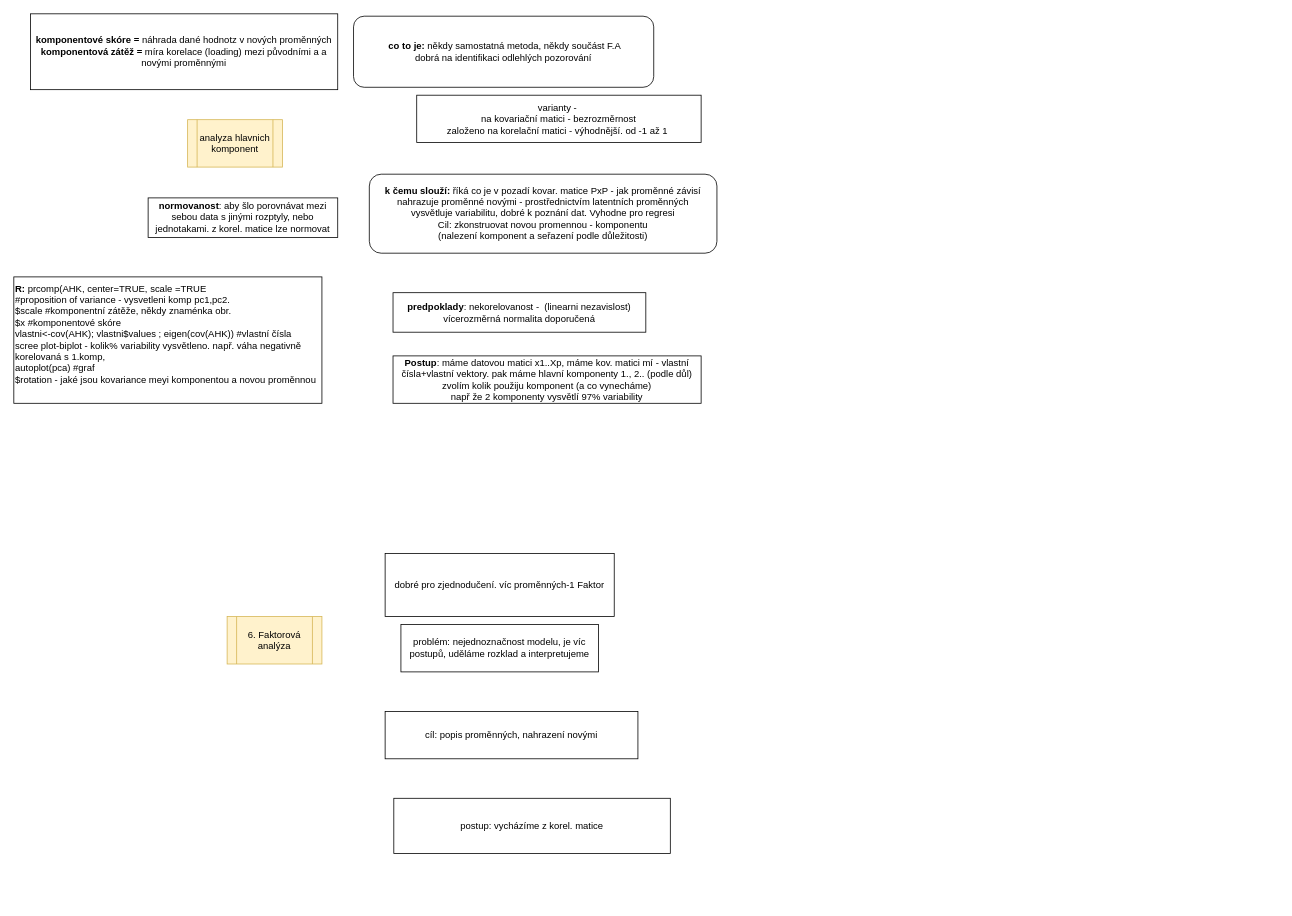
Earlier version of the draw.io diagram UCL Statistika test 2.drawio (pama78/ucl). Source tidied: cells renumbered, new cells numbered last; positions are measured from the earlier drawing's top-left corner, leaving out a move shared by most shapes. Both pictures are drawn from the tidied source at 79%, with x=0, y=0 at pixel (13, 13).
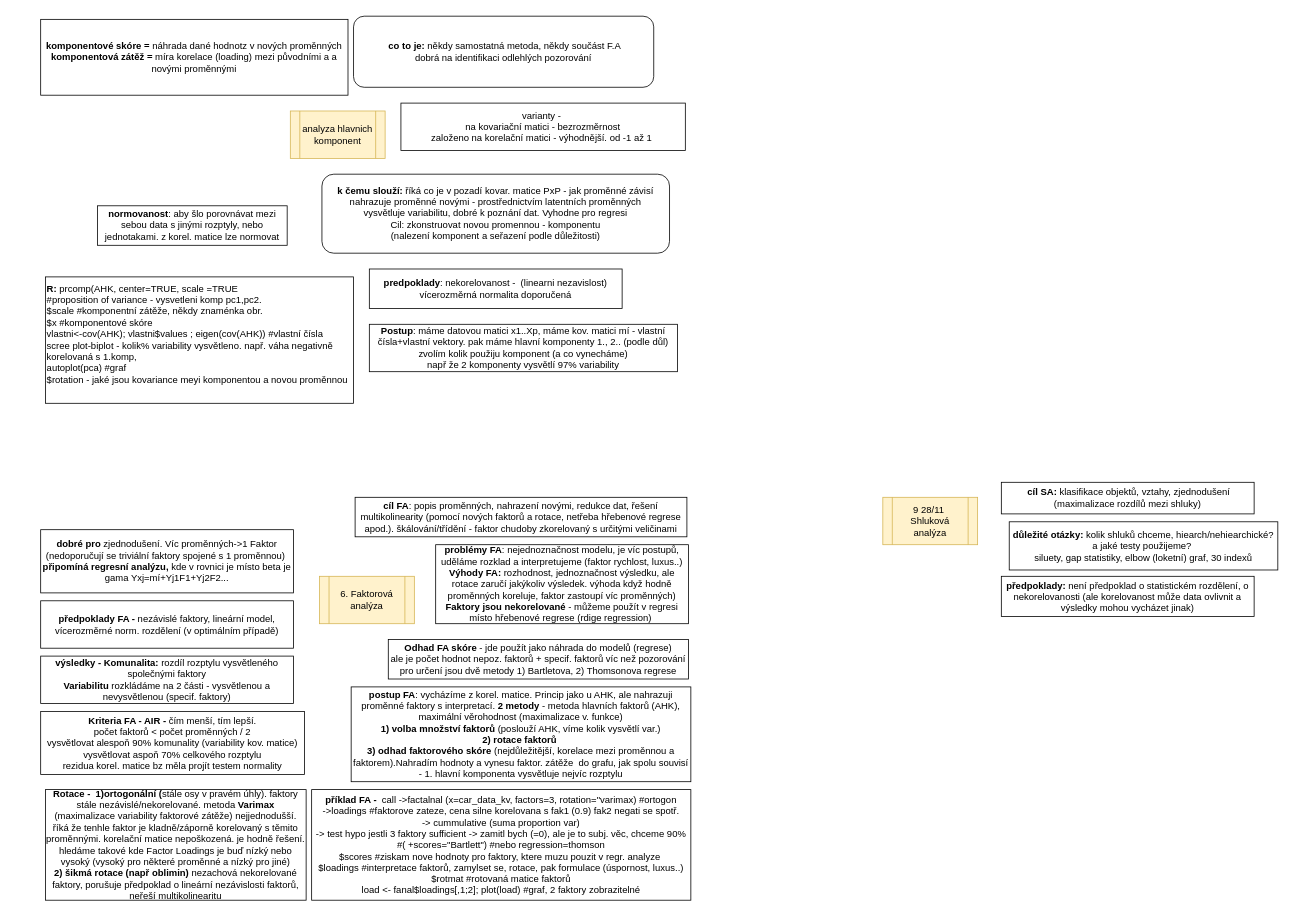
Above is the later version.

What changed in the source:
```diff
@@
     <mxCell id="2" value="varianty -&amp;nbsp;&lt;br&gt;na kovariační matici - bezrozměrnost&lt;br&gt;založeno na korelační matici - výhodnější. od -1 až 1&amp;nbsp;" style="rounded=0;whiteSpace=wrap;html=1;" parent="1" vertex="1">
-      <mxGeometry x="510" y="103" width="360" height="60" as="geometry" />
+      <mxGeometry x="490" y="113" width="360" height="60" as="geometry" />
     </mxCell>
     <mxCell id="3" value="analyza hlavnich komponent" style="shape=process;whiteSpace=wrap;html=1;backgroundOutline=1;fillColor=#fff2cc;strokeColor=#d6b656;" parent="1" vertex="1">
-      <mxGeometry x="220" y="134" width="120" height="60" as="geometry" />
+      <mxGeometry x="350" y="123" width="120" height="60" as="geometry" />
     </mxCell>
@@
     <mxCell id="5" value="&lt;b&gt;k čemu slouží:&lt;/b&gt; říká co je v pozadí kovar. matice PxP - jak proměnné závisí&lt;br&gt;nahrazuje proměnné novými - prostřednictvím latentních proměnných&lt;br&gt;vysvětluje variabilitu, dobré k poznání dat. Vyhodne pro regresi&lt;br&gt;Cil: zkonstruovat novou promennou - komponentu&lt;br&gt;(nalezení komponent a seřazení podle důležitosti)" style="rounded=1;whiteSpace=wrap;html=1;" parent="1" vertex="1">
-      <mxGeometry x="450" y="203" width="440" height="100" as="geometry" />
+      <mxGeometry x="390" y="203" width="440" height="100" as="geometry" />
     </mxCell>
     <mxCell id="6" value="&lt;b&gt;predpoklady&lt;/b&gt;: nekorelovanost -&amp;nbsp; (linearni nezavislost)&lt;br&gt;vícerozměrná normalita doporučená" style="rounded=0;whiteSpace=wrap;html=1;" parent="1" vertex="1">
-      <mxGeometry x="480" y="353" width="320" height="50" as="geometry" />
+      <mxGeometry x="450" y="323" width="320" height="50" as="geometry" />
     </mxCell>
     <mxCell id="7" value="&lt;b&gt;Postup&lt;/b&gt;: máme datovou matici x1..Xp, máme kov. matici mí - vlastní čísla+vlastní vektory. pak máme hlavní komponenty 1., 2.. (podle důl)&lt;br&gt;zvolím kolik použiju komponent (a co vynecháme)&lt;br&gt;např že 2 komponenty vysvětlí 97% variability" style="rounded=0;whiteSpace=wrap;html=1;" parent="1" vertex="1">
-      <mxGeometry x="480" y="433" width="390" height="60" as="geometry" />
+      <mxGeometry x="450" y="393" width="390" height="60" as="geometry" />
     </mxCell>
     <mxCell id="8" value="&lt;b&gt;komponentové skóre =&lt;/b&gt; náhrada dané hodnotz v nových proměnných&lt;br&gt;&lt;b&gt;komponentová zátěž =&lt;/b&gt; míra korelace (loading) mezi původními a a novými proměnnými" style="rounded=0;whiteSpace=wrap;html=1;" parent="1" vertex="1">
-      <mxGeometry x="21" width="389" height="96" as="geometry" />
+      <mxGeometry x="34" y="7" width="389" height="96" as="geometry" />
     </mxCell>
     <mxCell id="9" value="&lt;b&gt;normovanost&lt;/b&gt;: aby šlo porovnávat mezi sebou data s jinými rozptyly, nebo jednotakami. z korel. matice lze normovat" style="rounded=0;whiteSpace=wrap;html=1;" parent="1" vertex="1">
-      <mxGeometry x="170" y="233" width="240" height="50" as="geometry" />
+      <mxGeometry x="106" y="243" width="240" height="50" as="geometry" />
     </mxCell>
     <mxCell id="10" value="&lt;b&gt;R: &lt;/b&gt;prcomp(AHK, center=TRUE, scale =TRUE&lt;br&gt;#proposition of variance - vysvetleni komp pc1,pc2.&lt;br&gt;$scale #komponentní zátěže, někdy znaménka obr.&lt;br&gt;$x #komponentové skóre&lt;br&gt;vlastni&amp;lt;-cov(AHK); vlastni$values ; eigen(cov(AHK)) #vlastní čísla&lt;br&gt;&lt;div&gt;&lt;span&gt;scree plot-biplot - kolik% variability vysvětleno. např. váha negativně korelovaná s 1.komp,&amp;nbsp;&lt;/span&gt;&lt;/div&gt;&lt;div&gt;&lt;span&gt;autoplot(pca) #graf&lt;/span&gt;&lt;/div&gt;&lt;div&gt;$rotation - jaké jsou kovariance meyi komponentou a novou proměnnou&lt;/div&gt;&lt;div&gt;&lt;br&gt;&lt;/div&gt;" style="rounded=0;whiteSpace=wrap;html=1;align=left;" parent="1" vertex="1">
-      <mxGeometry y="333" width="390" height="160" as="geometry" />
+      <mxGeometry x="40" y="333" width="390" height="160" as="geometry" />
     </mxCell>
     <mxCell id="11" value="6. Faktorová analýza" style="shape=process;whiteSpace=wrap;html=1;backgroundOutline=1;fillColor=#fff2cc;strokeColor=#d6b656;" parent="1" vertex="1">
-      <mxGeometry x="270" y="763" width="120" height="60" as="geometry" />
+      <mxGeometry x="387" y="712" width="120" height="60" as="geometry" />
     </mxCell>
-    <mxCell id="12" value="problém: nejednoznačnost modelu, je víc postupů, uděláme rozklad a interpretujeme&lt;br&gt;" style="rounded=0;whiteSpace=wrap;html=1;" parent="1" vertex="1">
-      <mxGeometry x="490" y="773" width="250" height="60" as="geometry" />
+    <mxCell id="12" value="&lt;b&gt;problémy FA&lt;/b&gt;: nejednoznačnost modelu, je víc postupů, uděláme rozklad a interpretujeme (faktor rychlost, luxus..)&lt;br&gt;&lt;b&gt;Výhody FA:&lt;/b&gt; rozhodnost, jednoznačnost výsledku, ale rotace zaručí jakýkoliv výsledek. výhoda když hodně proměnných koreluje, faktor zastoupí víc proměnných)&lt;br&gt;&lt;b&gt;Faktory jsou nekorelované&lt;/b&gt;&amp;nbsp;- můžeme použít v regresi místo hřebenové regrese (rdige regression)&amp;nbsp;" style="rounded=0;whiteSpace=wrap;html=1;" parent="1" vertex="1">
+      <mxGeometry x="534" y="672" width="320" height="100" as="geometry" />
     </mxCell>
-    <mxCell id="13" value="dobré pro zjednodučení. víc proměnných-1 Faktor&lt;br&gt;" style="rounded=0;whiteSpace=wrap;html=1;" parent="1" vertex="1">
-      <mxGeometry x="470" y="683" width="290" height="80" as="geometry" />
+    <mxCell id="13" value="&lt;b&gt;dobré pro&lt;/b&gt; zjednodušení. Víc proměnných-&amp;gt;1 Faktor (nedoporučují se triviální faktory spojené s 1 proměnnou)&amp;nbsp;&lt;br&gt;&lt;b&gt;připomíná regresní analýzu,&lt;/b&gt; kde v rovnici je místo beta je gama Yxj=mí+Yj1F1+Yj2F2...&lt;br&gt;" style="rounded=0;whiteSpace=wrap;html=1;" parent="1" vertex="1">
+      <mxGeometry x="34" y="653" width="320" height="80" as="geometry" />
     </mxCell>
-    <mxCell id="14" value="cíl: popis proměnných, nahrazení novými" style="rounded=0;whiteSpace=wrap;html=1;" parent="1" vertex="1">
-      <mxGeometry x="470" y="883" width="320" height="60" as="geometry" />
+    <mxCell id="14" value="&lt;b&gt;cíl FA&lt;/b&gt;: popis proměnných, nahrazení novými, redukce dat, řešení multikolinearity (pomocí nových faktorů a rotace, netřeba hřebenové regrese apod.). škálování/třídění - faktor chudoby zkorelovaný s určitými veličinami" style="rounded=0;whiteSpace=wrap;html=1;" parent="1" vertex="1">
+      <mxGeometry x="432" y="612" width="420" height="50" as="geometry" />
     </mxCell>
-    <mxCell id="15" value="postup: vycházíme z korel. matice&lt;br&gt;" style="rounded=0;whiteSpace=wrap;html=1;" parent="1" vertex="1">
-      <mxGeometry x="481" y="993" width="350" height="70" as="geometry" />
+    <mxCell id="15" value="&lt;b&gt;postup FA&lt;/b&gt;: vycházíme z korel. matice. Princip jako u AHK, ale nahrazuji proměnné faktory s interpretací.&amp;nbsp;&lt;b&gt;2 metody&amp;nbsp;&lt;/b&gt;- metoda hlavních faktorů (AHK), maximální věrohodnost (maximalizace v. funkce)&lt;br&gt;&lt;b&gt;1) volba množství faktorů &lt;/b&gt;(poslouží AHK, víme kolik vysvětlí var.)&lt;br&gt;&lt;b&gt;2) rotace faktorů&amp;nbsp;&lt;/b&gt;&lt;br&gt;&lt;b&gt;3) odhad faktorového skóre&lt;/b&gt; (nejdůležitější, korelace mezi proměnnou a faktorem).Nahradím hodnoty a vynesu faktor. zátěže&amp;nbsp; do grafu, jak spolu souvisí&lt;br&gt;- 1. hlavní komponenta vysvětluje nejvíc rozptylu" style="rounded=0;whiteSpace=wrap;html=1;" parent="1" vertex="1">
+      <mxGeometry x="427" y="852" width="430" height="120" as="geometry" />
     </mxCell>
+    <mxCell id="16" value="&lt;b&gt;předpoklady FA - &lt;/b&gt;nezávislé faktory, lineární model, vícerozměrné norm. rozdělení (v optimálním případě)" style="rounded=0;whiteSpace=wrap;html=1;" parent="1" vertex="1">
+      <mxGeometry x="34" y="743" width="320" height="60" as="geometry" />
+    </mxCell>
+    <mxCell id="17" value="&lt;b&gt;výsledky - Komunalita: &lt;/b&gt;rozdíl rozptylu vysvětleného společnými faktory&lt;br&gt;&lt;b&gt;Variabilitu &lt;/b&gt;rozkládáme na 2 části - vysvětlenou a nevysvětlenou (specif. faktory)" style="rounded=0;whiteSpace=wrap;html=1;" parent="1" vertex="1">
+      <mxGeometry x="34" y="813" width="320" height="60" as="geometry" />
+    </mxCell>
+    <mxCell id="18" value="&lt;b&gt;Rotace -&amp;nbsp; 1)ortogonální (&lt;/b&gt;stále osy v pravém úhly). faktory stále nezávislé/nekorelované.&amp;nbsp;metoda &lt;b&gt;Varimax &lt;/b&gt;(maximalizace variability faktorové zátěže)&lt;b&gt;&amp;nbsp;&lt;/b&gt;nejjednodušší. říká že tenhle faktor je kladně/záporně korelovaný s těmito proměnnými. korelační matice nepoškozená. je hodně řešení. hledáme takové kde Factor Loadings je buď nízký nebo vysoký (vysoký pro některé proměnné a nízký pro jiné)&lt;br&gt;&lt;b&gt;2) šikmá rotace (např oblimin)&amp;nbsp;&lt;/b&gt;nezachová nekorelované faktory, porušuje předpoklad o lineární nezávislosti faktorů, neřeší multikolinearitu" style="rounded=0;whiteSpace=wrap;html=1;" parent="1" vertex="1">
+      <mxGeometry x="40" y="982" width="330" height="140" as="geometry" />
+    </mxCell>
+    <mxCell id="19" style="text;html=1;align=center;verticalAlign=middle;" parent="1" vertex="1">
+      <mxGeometry x="284" y="1007" width="20" height="20" as="geometry" />
+    </mxCell>
+    <mxCell id="20" value="&lt;b&gt;Kriteria FA - AIR -&lt;/b&gt; čím menší, tím lepší. &lt;br&gt;počet faktorů &amp;lt; počet proměnných / 2&lt;br&gt;vysvětlovat alespoň 90% komunality (variability kov. matice) &lt;br&gt;vysvětlovat aspoň 70% celkového rozptylu&lt;br&gt;rezidua korel. matice bz měla projít testem normality" style="rounded=0;whiteSpace=wrap;html=1;" parent="1" vertex="1">
+      <mxGeometry x="34" y="883" width="334" height="80" as="geometry" />
+    </mxCell>
+    <mxCell id="21" value="&lt;b&gt;Odhad FA skóre &lt;/b&gt;- jde použít jako náhrada do modelů (regrese)&lt;br&gt;ale je počet hodnot nepoz. faktorů + specif. faktorů víc než pozorování&lt;br&gt;pro určení jsou dvě metody 1) Bartletova, 2) Thomsonova regrese" style="rounded=0;whiteSpace=wrap;html=1;" parent="1" vertex="1">
+      <mxGeometry x="474" y="792" width="380" height="50" as="geometry" />
+    </mxCell>
+    <mxCell id="22" value="&lt;b&gt;příklad FA -&amp;nbsp; &lt;/b&gt;call -&amp;gt;factalnal (x=car_data_kv, factors=3, rotation=&quot;varimax) #ortogon&lt;br&gt;-&amp;gt;loadings #faktorove zateze, cena silne korelovana s fak1 (0.9) fak2 negati se spotř.&lt;br&gt;-&amp;gt; cummulative (suma proportion var)&lt;br&gt;-&amp;gt; test hypo jestli 3 faktory sufficient -&amp;gt; zamitl bych (=0), ale je to subj. věc, chceme 90%&lt;br&gt;#( +scores=&quot;Bartlett&quot;) #nebo regression=thomson&lt;br&gt;$scores #ziskam nove hodnoty pro faktory, ktere muzu pouzit v regr. analyze&amp;nbsp;&lt;br&gt;$loadings #interpretace faktorů, zamylset se, rotace, pak formulace (úspornost, luxus..)&lt;br&gt;$rotmat #rotovaná matice faktorů&lt;br&gt;load &amp;lt;- fanal$loadings[,1;2]; plot(load) #graf, 2 faktory zobrazitelné" style="rounded=0;whiteSpace=wrap;html=1;" parent="1" vertex="1">
+      <mxGeometry x="377" y="982" width="480" height="140" as="geometry" />
+    </mxCell>
+    <mxCell id="23" value="9 28/11&amp;nbsp;&lt;br&gt;Shluková analýza" style="shape=process;whiteSpace=wrap;html=1;backgroundOutline=1;fillColor=#fff2cc;strokeColor=#d6b656;" parent="1" vertex="1">
+      <mxGeometry x="1100" y="612" width="120" height="60" as="geometry" />
+    </mxCell>
+    <mxCell id="24" value="&lt;b&gt;&amp;nbsp;cíl SA: &lt;/b&gt;klasifikace objektů, vztahy, zjednodušení (maximalizace rozdílů mezi shluky)" style="rounded=0;whiteSpace=wrap;html=1;" parent="1" vertex="1">
+      <mxGeometry x="1250" y="593" width="320" height="40" as="geometry" />
+    </mxCell>
+    <mxCell id="25" value="&lt;b&gt;důležité otázky: &lt;/b&gt;kolik shluků chceme, hiearch/nehiearchické?&lt;br&gt;a jaké testy použijeme?&amp;nbsp;&lt;br&gt;siluety, gap statistiky, elbow (loketní) graf, 30 indexů" style="rounded=0;whiteSpace=wrap;html=1;" parent="1" vertex="1">
+      <mxGeometry x="1260" y="643" width="340" height="61" as="geometry" />
+    </mxCell>
+    <mxCell id="26" value="&lt;b&gt;předpoklady: &lt;/b&gt;není předpoklad o statistickém rozdělení, o nekorelovanosti (ale korelovanost může data ovlivnit a výsledky mohou vycházet jinak)" style="rounded=0;whiteSpace=wrap;html=1;" parent="1" vertex="1">
+      <mxGeometry x="1250" y="712" width="320" height="51" as="geometry" />
+    </mxCell>
```
